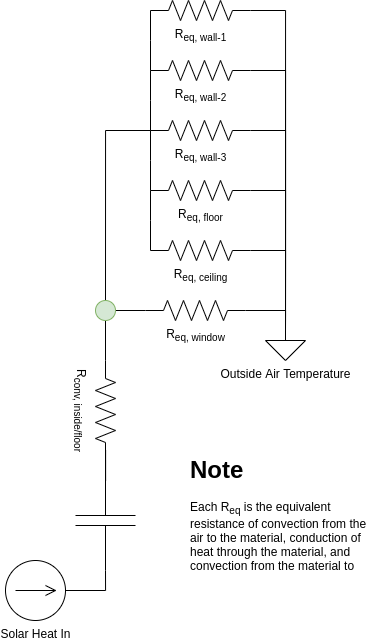
The draw.io diagram docs/resistance-network.png in teadetime/passivehouse, before a commit. Source tidied: cells renumbered, new cells last; positions are measured from the earlier drawing's top-left corner, leaving out a move shared by most shapes.
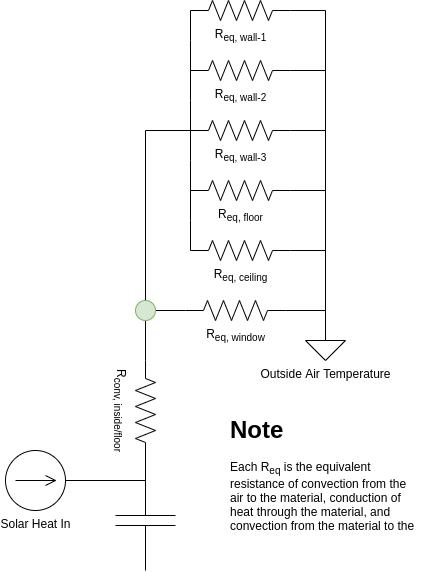
Above is the later version.

Commit message:
Update model diagram and add comments

What changed in the source:
```diff
@@ -98,14 +98,18 @@
     <mxCell id="25" value="Outside Air Temperature" style="verticalLabelPosition=bottom;shadow=0;dashed=0;align=center;html=1;verticalAlign=top;shape=mxgraph.electrical.signal_sources.signal_ground;fillColor=none;" parent="1" vertex="1">
       <mxGeometry x="260" y="330" width="40" height="30" as="geometry" />
     </mxCell>
-    <mxCell id="26" style="edgeStyle=orthogonalEdgeStyle;rounded=0;jettySize=auto;html=1;entryX=1;entryY=0.5;entryDx=0;entryDy=0;entryPerimeter=0;startArrow=none;startFill=0;endArrow=none;endFill=0;" parent="1" edge="1" source="27" target="8">
-      <mxGeometry relative="1" as="geometry" />
+    <mxCell id="26" style="edgeStyle=orthogonalEdgeStyle;rounded=0;jettySize=auto;html=1;entryX=0;entryY=0.5;entryDx=0;entryDy=0;entryPerimeter=0;endArrow=none;endFill=0;" parent="1" edge="1" source="27" target="8">
+      <mxGeometry relative="1" as="geometry">
+        <Array as="points">
+          <mxPoint x="100" y="480" />
+        </Array>
+      </mxGeometry>
     </mxCell>
     <mxCell id="27" value="Solar Heat In" style="verticalLabelPosition=bottom;shadow=0;dashed=0;align=center;html=1;verticalAlign=top;shape=mxgraph.electrical.signal_sources.dc_source_2;fillColor=none;" parent="1" vertex="1">
-      <mxGeometry y="560" width="60" height="60" as="geometry" />
+      <mxGeometry x="-40" y="450" width="60" height="60" as="geometry" />
     </mxCell>
     <mxCell id="28" value="&lt;h1&gt;Note&lt;/h1&gt;&lt;p&gt;Each R&lt;sub&gt;eq&lt;/sub&gt;&amp;nbsp;is the equivalent resistance of convection from the air to the material, conduction of heat through the material, and convection from the material to the outside air&lt;/p&gt;" style="text;html=1;strokeColor=none;fillColor=none;spacing=5;spacingTop=-20;whiteSpace=wrap;overflow=hidden;rounded=0;" parent="1" vertex="1">
-      <mxGeometry x="180" y="450" width="190" height="120" as="geometry" />
+      <mxGeometry x="180" y="410" width="200" height="120" as="geometry" />
     </mxCell>
   </root>
 </mxGraphModel>
```
